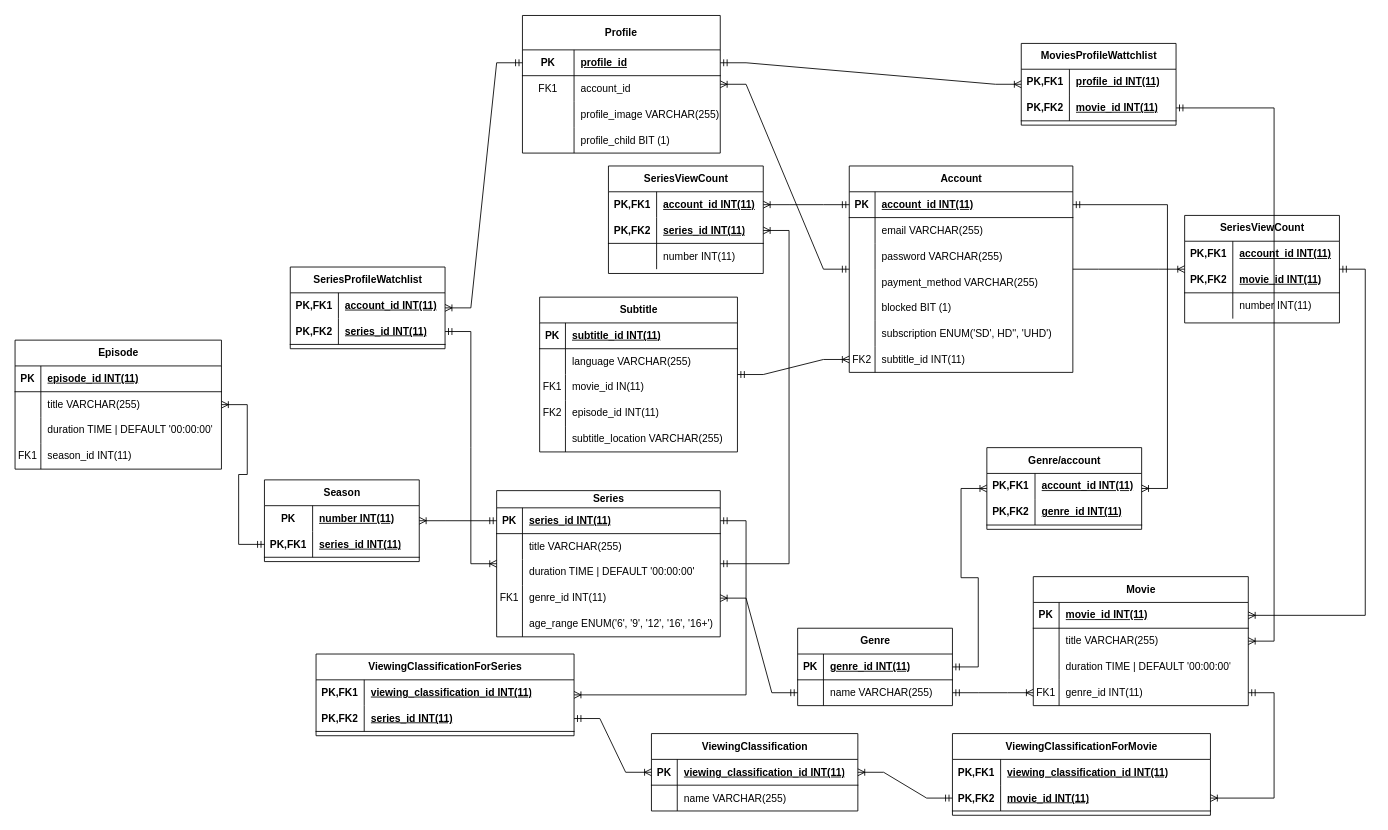
This is ERD.drawio from Bill0911/NeflixForBill, a draw.io file, before an edit. Source tidied: cells renumbered, new cells numbered last; positions are measured from the earlier drawing's top-left corner, leaving out a move shared by most shapes. Both pictures are drawn from the tidied source at 86%, with x=0, y=0 at pixel (15, 15).
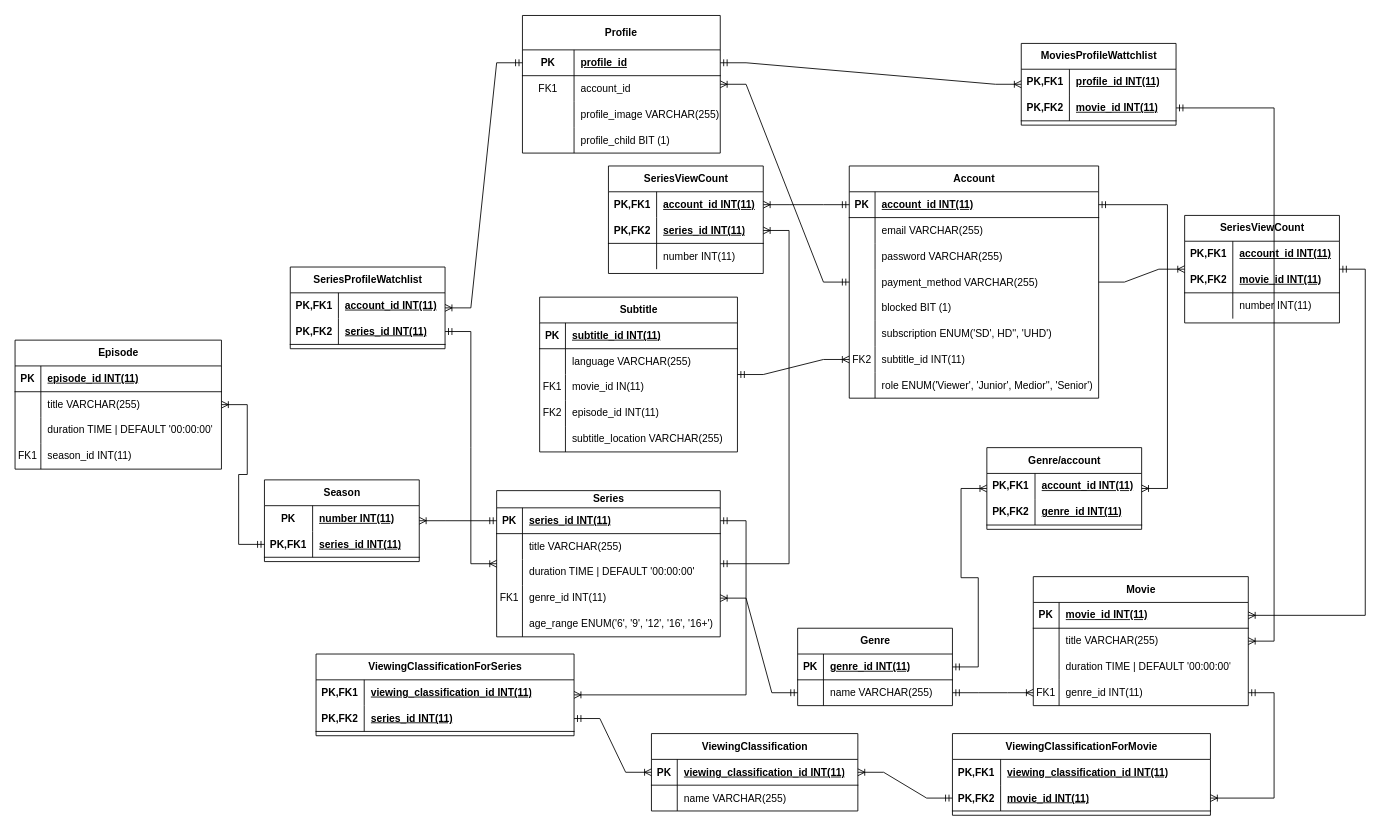
After the change.

What changed in the source:
```diff
@@
     <mxCell id="2" value="&lt;span style=&quot;text-wrap-mode: wrap;&quot;&gt;Account&lt;/span&gt;" style="shape=table;startSize=30;childLayout=tableLayout;rowLines=0;fontStyle=1;align=center;html=1;" parent="1" vertex="1">
-      <mxGeometry x="970" y="174.5" width="260" height="240" as="geometry" />
+      <mxGeometry x="970" y="174.5" width="290" height="270" as="geometry" />
     </mxCell>
     <mxCell id="3" style="shape=tableRow;horizontal=0;startSize=0;swimlaneHead=0;swimlaneBody=0;fillColor=none;points=[[0,0.5],[1,0.5]];portConstraint=eastwest;top=0;left=0;right=0;bottom=1;" parent="2" vertex="1">
-      <mxGeometry y="30" width="260" height="30" as="geometry" />
+      <mxGeometry y="30" width="290" height="30" as="geometry" />
     </mxCell>
@@
     <mxCell id="5" value="account_id INT(11)" style="shape=partialRectangle;fillColor=none;top=0;left=0;bottom=0;right=0;align=left;spacingLeft=6;fontStyle=5;overflow=hidden;whiteSpace=wrap;html=1;" parent="3" vertex="1">
-      <mxGeometry x="30" width="230" height="30" as="geometry" />
+      <mxGeometry x="30" width="260" height="30" as="geometry" />
     </mxCell>
     <mxCell id="6" style="shape=tableRow;horizontal=0;startSize=0;swimlaneHead=0;swimlaneBody=0;fillColor=none;top=0;left=0;right=0;bottom=0;" parent="2" vertex="1">
-      <mxGeometry y="60" width="260" height="30" as="geometry" />
+      <mxGeometry y="60" width="290" height="30" as="geometry" />
     </mxCell>
@@
     <mxCell id="8" value="email VARCHAR(255&lt;span style=&quot;background-color: initial;&quot;&gt;)&lt;/span&gt;" style="shape=partialRectangle;fillColor=none;top=0;left=0;bottom=0;right=0;align=left;spacingLeft=6;overflow=hidden;whiteSpace=wrap;html=1;" parent="6" vertex="1">
-      <mxGeometry x="30" width="230" height="30" as="geometry" />
+      <mxGeometry x="30" width="260" height="30" as="geometry" />
     </mxCell>
     <mxCell id="9" style="shape=tableRow;horizontal=0;startSize=0;swimlaneHead=0;swimlaneBody=0;fillColor=none;top=0;left=0;right=0;bottom=0;" parent="2" vertex="1">
-      <mxGeometry y="90" width="260" height="30" as="geometry" />
+      <mxGeometry y="90" width="290" height="30" as="geometry" />
     </mxCell>
@@
     <mxCell id="11" value="password&amp;nbsp;&lt;span style=&quot;background-color: initial;&quot;&gt;VARCHAR(255&lt;/span&gt;&lt;span style=&quot;background-color: initial;&quot;&gt;)&lt;/span&gt;" style="shape=partialRectangle;fillColor=none;top=0;left=0;bottom=0;right=0;align=left;spacingLeft=6;overflow=hidden;whiteSpace=wrap;html=1;" parent="9" vertex="1">
-      <mxGeometry x="30" width="230" height="30" as="geometry" />
+      <mxGeometry x="30" width="260" height="30" as="geometry" />
     </mxCell>
     <mxCell id="12" style="shape=tableRow;horizontal=0;startSize=0;swimlaneHead=0;swimlaneBody=0;fillColor=none;top=0;left=0;right=0;bottom=0;" parent="2" vertex="1">
-      <mxGeometry y="120" width="260" height="30" as="geometry" />
+      <mxGeometry y="120" width="290" height="30" as="geometry" />
     </mxCell>
@@
     <mxCell id="14" value="payment_method VARCHAR(255&lt;span style=&quot;background-color: initial;&quot;&gt;)&lt;/span&gt;" style="shape=partialRectangle;fillColor=none;top=0;left=0;bottom=0;right=0;align=left;spacingLeft=6;overflow=hidden;whiteSpace=wrap;html=1;" parent="12" vertex="1">
-      <mxGeometry x="30" width="230" height="30" as="geometry" />
+      <mxGeometry x="30" width="260" height="30" as="geometry" />
     </mxCell>
     <mxCell id="15" style="shape=tableRow;horizontal=0;startSize=0;swimlaneHead=0;swimlaneBody=0;fillColor=none;top=0;left=0;right=0;bottom=0;" parent="2" vertex="1">
-      <mxGeometry y="150" width="260" height="30" as="geometry" />
+      <mxGeometry y="150" width="290" height="30" as="geometry" />
     </mxCell>
@@
     <mxCell id="17" value="blocked BIT (1)" style="shape=partialRectangle;fillColor=none;top=0;left=0;bottom=0;right=0;align=left;spacingLeft=6;overflow=hidden;whiteSpace=wrap;html=1;" parent="15" vertex="1">
-      <mxGeometry x="30" width="230" height="30" as="geometry" />
+      <mxGeometry x="30" width="260" height="30" as="geometry" />
     </mxCell>
     <mxCell id="18" style="shape=tableRow;horizontal=0;startSize=0;swimlaneHead=0;swimlaneBody=0;fillColor=none;top=0;left=0;right=0;bottom=0;" parent="2" vertex="1">
-      <mxGeometry y="180" width="260" height="30" as="geometry" />
+      <mxGeometry y="180" width="290" height="30" as="geometry" />
     </mxCell>
@@
     <mxCell id="20" value="subscription ENUM('SD', HD'', 'UHD')" style="shape=partialRectangle;fillColor=none;top=0;left=0;bottom=0;right=0;align=left;spacingLeft=6;overflow=hidden;whiteSpace=wrap;html=1;" parent="18" vertex="1">
-      <mxGeometry x="30" width="230" height="30" as="geometry" />
+      <mxGeometry x="30" width="260" height="30" as="geometry" />
     </mxCell>
     <mxCell id="21" style="shape=tableRow;horizontal=0;startSize=0;swimlaneHead=0;swimlaneBody=0;fillColor=none;points=[[0,0.5],[1,0.5]];portConstraint=eastwest;top=0;left=0;right=0;bottom=0;" parent="2" vertex="1">
-      <mxGeometry y="210" width="260" height="30" as="geometry" />
+      <mxGeometry y="210" width="290" height="30" as="geometry" />
     </mxCell>
@@
     <mxCell id="23" value="&lt;span style=&quot;&quot;&gt;subtitle_id INT(11)&lt;/span&gt;" style="shape=partialRectangle;fillColor=none;top=0;left=0;bottom=0;right=0;align=left;spacingLeft=6;overflow=hidden;whiteSpace=wrap;html=1;fontStyle=0;" parent="21" vertex="1">
-      <mxGeometry x="30" width="230" height="30" as="geometry" />
+      <mxGeometry x="30" width="260" height="30" as="geometry" />
     </mxCell>
+    <mxCell id="193" style="shape=tableRow;horizontal=0;startSize=0;swimlaneHead=0;swimlaneBody=0;fillColor=none;top=0;left=0;right=0;bottom=0;" parent="2" vertex="1">
+      <mxGeometry y="240" width="290" height="30" as="geometry" />
+    </mxCell>
+    <mxCell id="194" style="shape=partialRectangle;fillColor=none;top=0;left=0;bottom=0;right=0;overflow=hidden;whiteSpace=wrap;html=1;" parent="193" vertex="1">
+      <mxGeometry width="30" height="30" as="geometry" />
+    </mxCell>
+    <mxCell id="195" value="role ENUM('Viewer', 'Junior', Medior'', 'Senior')" style="shape=partialRectangle;fillColor=none;top=0;left=0;bottom=0;right=0;align=left;spacingLeft=6;overflow=hidden;whiteSpace=wrap;html=1;" parent="193" vertex="1">
+      <mxGeometry x="30" width="260" height="30" as="geometry" />
+    </mxCell>
```
